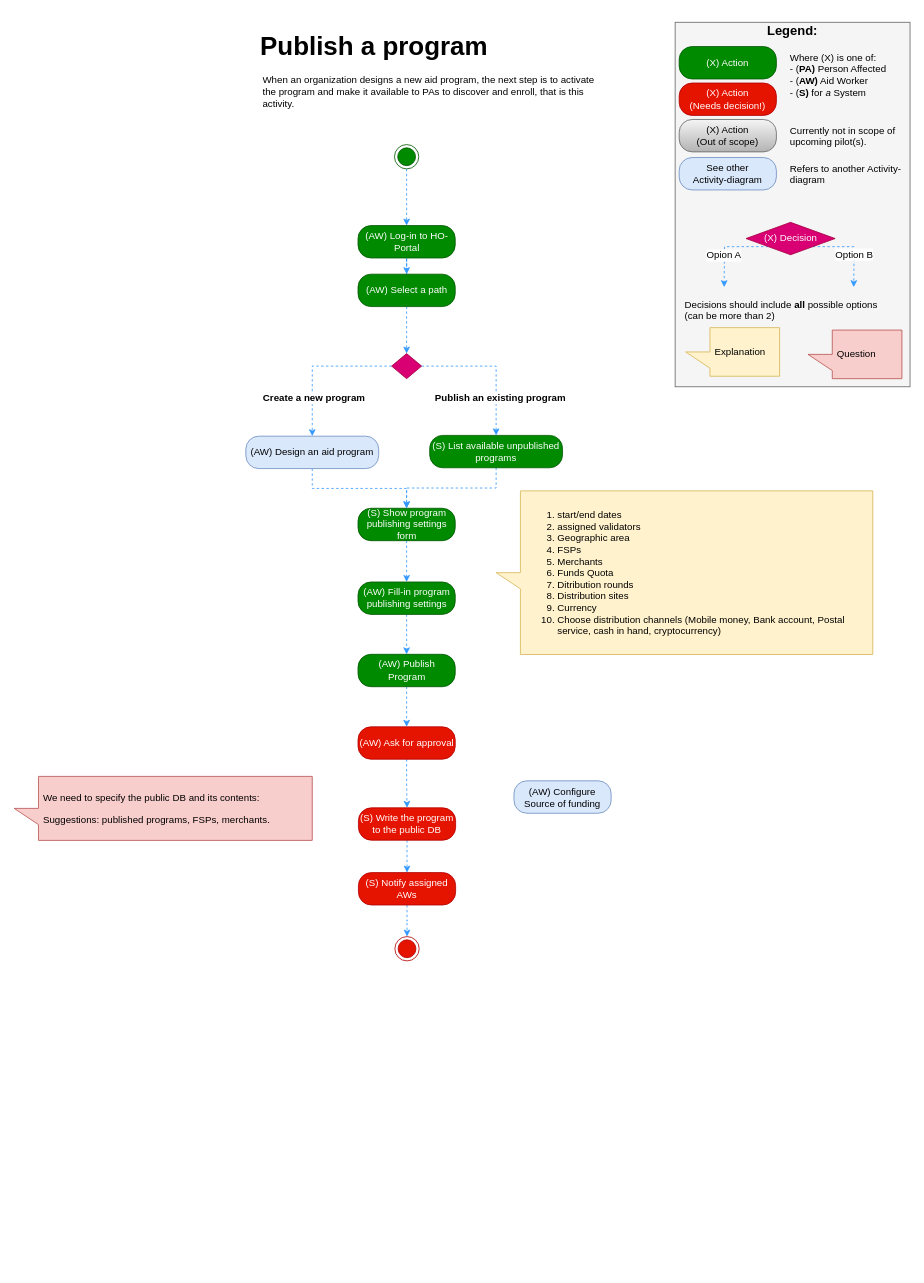
nsward/diagrams keeps this draw.io diagram as Activity Diagrams/Publish a program activity.drawio. Above is the earlier version. Source tidied: cells renumbered, new cells numbered last; positions are measured from the earlier drawing's top-left corner, leaving out a move shared by most shapes. Both pictures are drawn from the tidied source at 81%, with x=0, y=0 at pixel (14, 14).
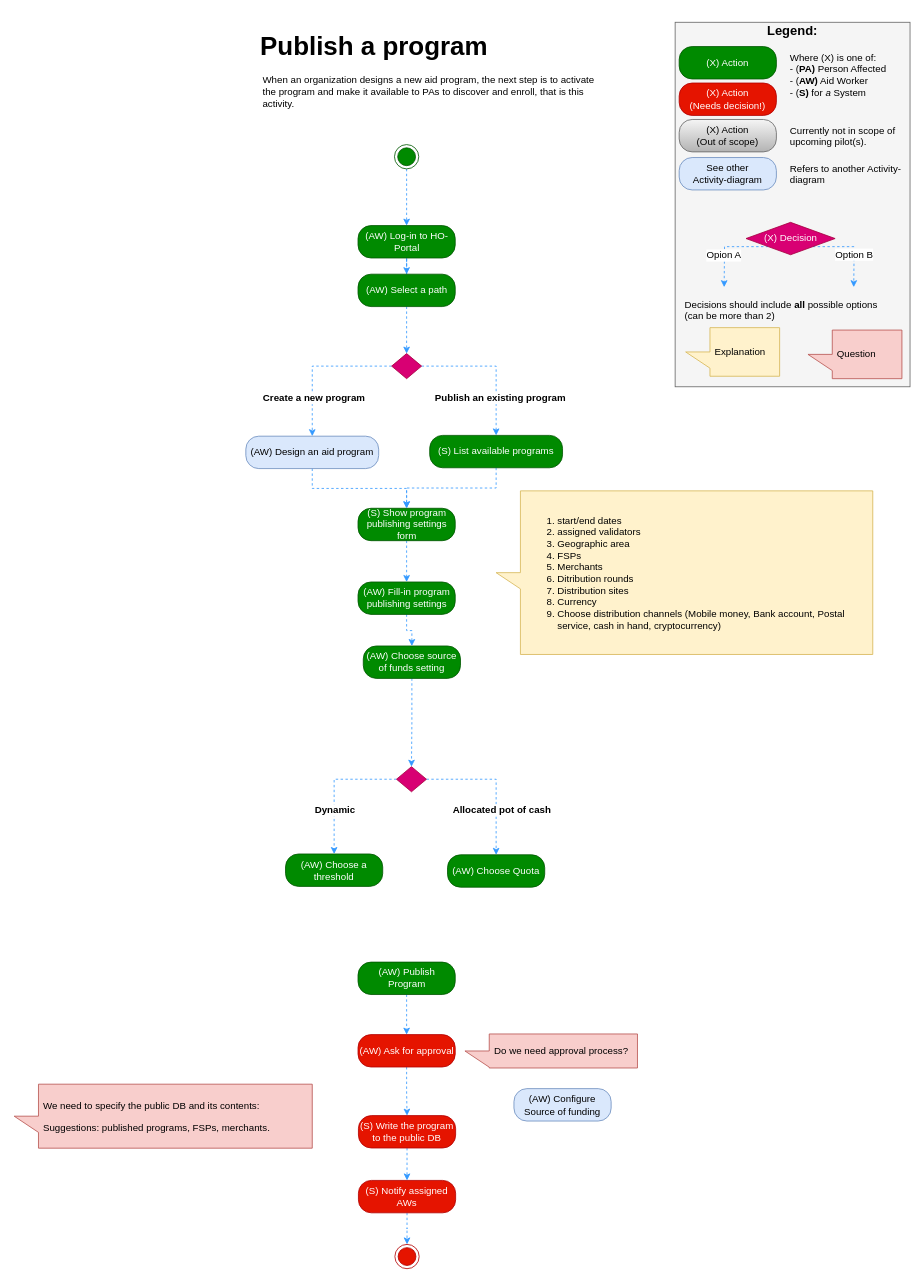
The same diagram, later.

Commit message:
Add source of funding settings

Unchanged cells that the change refers to:
```xml
<mxCell id="13" value="(AW) Fill-in program publishing settings" style="rounded=1;whiteSpace=wrap;html=1;arcSize=40;fillColor=#008a00;strokeColor=#005700;fontColor=#ffffff;" parent="1" vertex="1">
  <mxGeometry x="424.5" y="701" width="120" height="40" as="geometry" />
</mxCell>
```

Diff of the diagram source:
```diff
@@
-    <mxCell id="12" style="edgeStyle=orthogonalEdgeStyle;rounded=0;jettySize=auto;html=1;dashed=1;fontColor=#ffffff;strokeColor=#3399FF;entryX=0.5;entryY=0;entryDx=0;entryDy=0;" parent="1" edge="1" source="13" target="45">
-      <mxGeometry relative="1" as="geometry" />
-    </mxCell>
+    <mxCell id="57" style="edgeStyle=orthogonalEdgeStyle;rounded=0;jettySize=auto;html=1;dashed=1;fontColor=#ffffff;strokeColor=#3399FF;" parent="1" edge="1" source="13" target="59">
+      <mxGeometry relative="1" as="geometry" />
+    </mxCell>
@@
+    <mxCell id="58" style="edgeStyle=orthogonalEdgeStyle;rounded=0;jettySize=auto;html=1;entryX=0.5;entryY=0;entryDx=0;entryDy=0;dashed=1;fontColor=#ffffff;strokeColor=#3399FF;" parent="1" edge="1" source="59" target="65">
+      <mxGeometry relative="1" as="geometry" />
+    </mxCell>
+    <mxCell id="59" value="(AW) Choose source of funds setting" style="rounded=1;whiteSpace=wrap;html=1;arcSize=40;fillColor=#008a00;strokeColor=#005700;fontColor=#ffffff;" parent="1" vertex="1">
+      <mxGeometry x="431" y="780" width="120" height="40" as="geometry" />
+    </mxCell>
@@
-    <mxCell id="41" value="(S) List available unpublished programs" style="rounded=1;whiteSpace=wrap;html=1;arcSize=40;fillColor=#008a00;strokeColor=#005700;fontColor=#ffffff;" parent="1" vertex="1">
+    <mxCell id="41" value="(S) List available programs" style="rounded=1;whiteSpace=wrap;html=1;arcSize=40;fillColor=#008a00;strokeColor=#005700;fontColor=#ffffff;" parent="1" vertex="1">
       <mxGeometry x="513" y="520" width="164" height="40" as="geometry" />
     </mxCell>
@@
     <mxCell id="45" value="(AW) Publish Program&lt;br&gt;" style="rounded=1;whiteSpace=wrap;html=1;arcSize=40;fillColor=#008a00;strokeColor=#005700;fontColor=#ffffff;" parent="1" vertex="1">
-      <mxGeometry x="424.5" y="790.3" width="120" height="40" as="geometry" />
+      <mxGeometry x="424.5" y="1170.3" width="120" height="40" as="geometry" />
     </mxCell>
@@
     <mxCell id="47" value="(AW) Ask for approval&lt;br&gt;" style="rounded=1;whiteSpace=wrap;html=1;arcSize=40;fillColor=#e51400;strokeColor=#B20000;fontColor=#ffffff;" parent="1" vertex="1">
-      <mxGeometry x="424.5" y="879.8" width="120" height="40" as="geometry" />
+      <mxGeometry x="424.5" y="1259.8" width="120" height="40" as="geometry" />
     </mxCell>
@@
     <mxCell id="49" value="(S) Write the program to the public DB&lt;br&gt;" style="rounded=1;whiteSpace=wrap;html=1;arcSize=40;fillColor=#e51400;strokeColor=#B20000;fontColor=#ffffff;" parent="1" vertex="1">
-      <mxGeometry x="425" y="979.8" width="120" height="40" as="geometry" />
+      <mxGeometry x="425" y="1359.8" width="120" height="40" as="geometry" />
     </mxCell>
     <mxCell id="50" style="ellipse;html=1;shape=endState;fillColor=#e51400;strokeColor=#B20000;fontColor=#ffffff;" parent="1" vertex="1">
-      <mxGeometry x="470" y="1138.8" width="30" height="30" as="geometry" />
+      <mxGeometry x="470" y="1518.8" width="30" height="30" as="geometry" />
     </mxCell>
@@
     <mxCell id="52" value="(S) Notify assigned AWs&lt;br&gt;" style="rounded=1;whiteSpace=wrap;html=1;arcSize=40;fillColor=#e51400;strokeColor=#B20000;fontColor=#ffffff;" parent="1" vertex="1">
-      <mxGeometry x="425" y="1059.8" width="120" height="40" as="geometry" />
+      <mxGeometry x="425" y="1439.8" width="120" height="40" as="geometry" />
     </mxCell>
@@
     <mxCell id="54" value="(AW) Configure Source of funding&lt;br&gt;" style="rounded=1;whiteSpace=wrap;html=1;arcSize=40;fillColor=#dae8fc;strokeColor=#6c8ebf;fontColor=#000000;" parent="1" vertex="1">
-      <mxGeometry x="617" y="946.5" width="120" height="40" as="geometry" />
+      <mxGeometry x="617" y="1326.5" width="120" height="40" as="geometry" />
     </mxCell>
-    <mxCell id="55" value="&lt;p&gt;&lt;/p&gt;&lt;ol&gt;&lt;li&gt;start/end dates&lt;/li&gt;&lt;li&gt;assigned validators&lt;/li&gt;&lt;li&gt;Geographic area&lt;/li&gt;&lt;li&gt;FSPs&lt;/li&gt;&lt;li&gt;Merchants&lt;/li&gt;&lt;li&gt;Funds Quota&lt;/li&gt;&lt;li&gt;Ditribution rounds&lt;/li&gt;&lt;li&gt;Distribution sites&lt;/li&gt;&lt;li&gt;Currency&lt;/li&gt;&lt;li&gt;Choose distribution channels (Mobile money, Bank account, Postal service, cash in hand, cryptocurrency)&lt;/li&gt;&lt;/ol&gt;&lt;p&gt;&lt;/p&gt;" style="shape=callout;whiteSpace=wrap;html=1;perimeter=calloutPerimeter;fillColor=#fff2cc;fontSize=12;align=left;strokeColor=#d6b656;spacingLeft=4;direction=south;" parent="1" vertex="1">
+    <mxCell id="55" value="&lt;p&gt;&lt;/p&gt;&lt;ol&gt;&lt;li&gt;start/end dates&lt;/li&gt;&lt;li&gt;assigned validators&lt;/li&gt;&lt;li&gt;Geographic area&lt;/li&gt;&lt;li&gt;FSPs&lt;/li&gt;&lt;li&gt;Merchants&lt;/li&gt;&lt;li&gt;Ditribution rounds&lt;/li&gt;&lt;li&gt;Distribution sites&lt;/li&gt;&lt;li&gt;Currency&lt;/li&gt;&lt;li&gt;Choose distribution channels (Mobile money, Bank account, Postal service, cash in hand, cryptocurrency)&lt;/li&gt;&lt;/ol&gt;&lt;p&gt;&lt;/p&gt;" style="shape=callout;whiteSpace=wrap;html=1;perimeter=calloutPerimeter;fillColor=#fff2cc;fontSize=12;align=left;strokeColor=#d6b656;spacingLeft=4;direction=south;" parent="1" vertex="1">
       <mxGeometry x="595" y="588.5" width="465" height="202" as="geometry" />
     </mxCell>
     <mxCell id="56" value="&lt;p&gt;We need to specify the public DB and its contents:&lt;/p&gt;&lt;p&gt;Suggestions: published programs, FSPs, merchants.&lt;/p&gt;" style="shape=callout;whiteSpace=wrap;html=1;perimeter=calloutPerimeter;fillColor=#f8cecc;fontSize=12;align=left;strokeColor=#b85450;spacingLeft=4;direction=south;" parent="1" vertex="1">
-      <mxGeometry y="941" width="368" height="79" as="geometry" />
+      <mxGeometry y="1321" width="368" height="79" as="geometry" />
     </mxCell>
+    <mxCell id="60" value="&lt;p&gt;Do we need approval process?&lt;/p&gt;" style="shape=callout;whiteSpace=wrap;html=1;perimeter=calloutPerimeter;fillColor=#f8cecc;fontSize=12;align=left;strokeColor=#b85450;spacingLeft=4;direction=south;" parent="1" vertex="1">
+      <mxGeometry x="556.5" y="1259" width="213" height="42" as="geometry" />
+    </mxCell>
+    <mxCell id="61" style="edgeStyle=orthogonalEdgeStyle;rounded=0;jettySize=auto;html=1;entryX=0.5;entryY=0;entryDx=0;entryDy=0;dashed=1;fontColor=#ffffff;strokeColor=#3399FF;" parent="1" edge="1" source="65" target="66">
+      <mxGeometry relative="1" as="geometry" />
+    </mxCell>
+    <mxCell id="62" value="Allocated pot of cash" style="text;html=1;align=center;verticalAlign=middle;labelBackgroundColor=#ffffff;fontStyle=1;" parent="61" vertex="1">
+      <mxGeometry x="-0.06" y="-29" relative="1" as="geometry">
+        <mxPoint x="8" y="9" as="offset" />
+      </mxGeometry>
+    </mxCell>
+    <mxCell id="63" style="edgeStyle=orthogonalEdgeStyle;rounded=0;jettySize=auto;html=1;entryX=0.5;entryY=0;entryDx=0;entryDy=0;dashed=1;fontColor=#ffffff;strokeColor=#3399FF;" parent="1" edge="1" source="65" target="67">
+      <mxGeometry relative="1" as="geometry" />
+    </mxCell>
+    <mxCell id="64" value="Dynamic" style="text;html=1;align=center;verticalAlign=middle;labelBackgroundColor=#ffffff;fontStyle=1;" parent="63" vertex="1">
+      <mxGeometry x="-0.12" y="35" relative="1" as="geometry">
+        <mxPoint x="-2.5" y="3" as="offset" />
+      </mxGeometry>
+    </mxCell>
+    <mxCell id="65" value="&lt;span&gt;&lt;br&gt;&lt;/span&gt;" style="rhombus;whiteSpace=wrap;html=1;fillColor=#d80073;strokeColor=#A50040;fontColor=#ffffff;" parent="1" vertex="1">
+      <mxGeometry x="472" y="929" width="37" height="31" as="geometry" />
+    </mxCell>
+    <mxCell id="66" value="(AW) Choose Quota" style="rounded=1;whiteSpace=wrap;html=1;arcSize=40;fillColor=#008a00;strokeColor=#005700;fontColor=#ffffff;" parent="1" vertex="1">
+      <mxGeometry x="535" y="1037.8" width="120" height="40" as="geometry" />
+    </mxCell>
+    <mxCell id="67" value="(AW) Choose a threshold" style="rounded=1;whiteSpace=wrap;html=1;arcSize=40;fillColor=#008a00;strokeColor=#005700;fontColor=#ffffff;" parent="1" vertex="1">
+      <mxGeometry x="335" y="1036.8" width="120" height="40" as="geometry" />
+    </mxCell>
```
